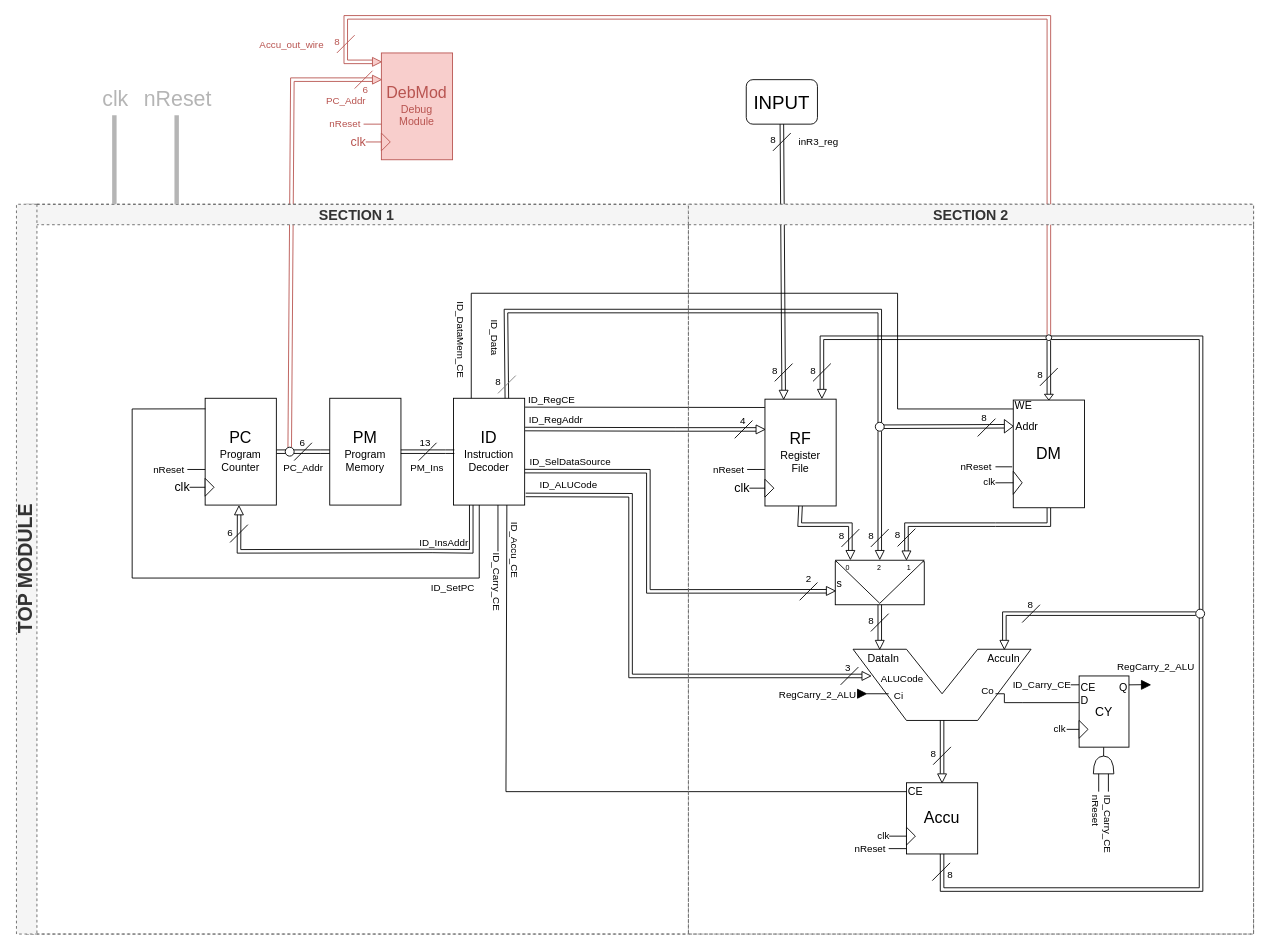
The draw.io diagram Diagram/uP_Diagram.drawio in DrakeGrigory/uProcessor, before the edit. Source tidied: cells renumbered, new cells numbered last; positions are measured from the earlier drawing's top-left corner, leaving out a move shared by most shapes. Both pictures are drawn from the tidied source at 89%, with x=0, y=0 at pixel (16, 17).
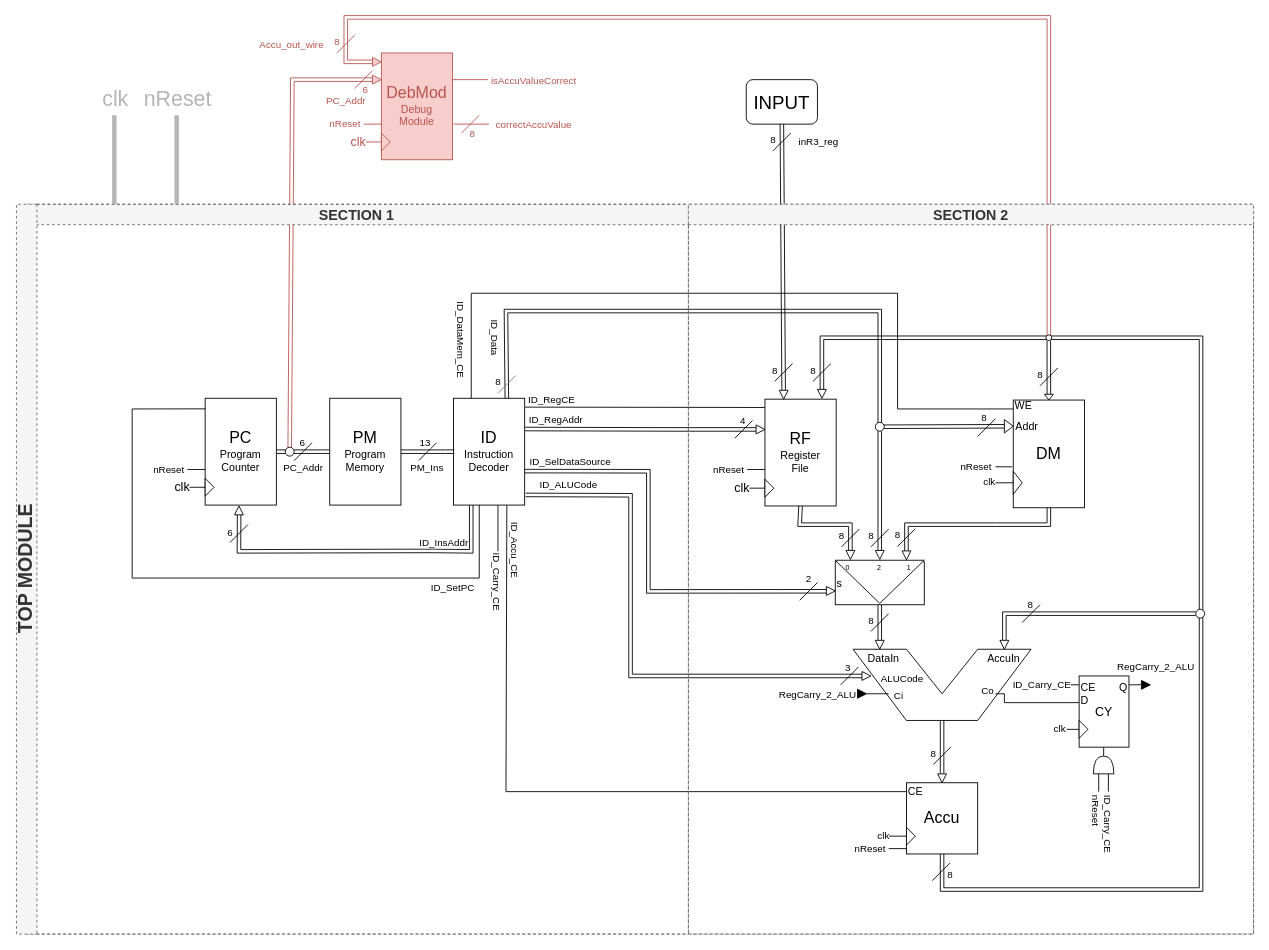
The same page after the edit.

Unchanged cells that the change refers to:
```xml
<mxCell id="167" value="&lt;font color=&quot;#b85450&quot; style=&quot;&quot;&gt;&lt;span style=&quot;font-size: 18px;&quot;&gt;DebMod&lt;/span&gt;&lt;br&gt;&lt;font style=&quot;font-size: 12px;&quot;&gt;Debug&lt;br&gt;Module&lt;/font&gt;&lt;/font&gt;" style="rounded=0;whiteSpace=wrap;html=1;rotation=0;fillColor=#f8cecc;strokeColor=#b85450;" parent="166" vertex="1">
  <mxGeometry x="20" width="80" height="120" as="geometry" />
</mxCell>
```

Change to the diagram source:
```diff
@@
+    <mxCell id="197" style="endArrow=none;html=1;rounded=0;exitX=1;exitY=0.25;exitDx=0;exitDy=0;fillColor=#f8cecc;strokeColor=#b85450;" parent="1" edge="1" source="167">
+      <mxGeometry relative="1" as="geometry">
+        <mxPoint x="530" y="70" as="targetPoint" />
+      </mxGeometry>
+    </mxCell>
+    <mxCell id="198" value="&lt;font color=&quot;#b85450&quot;&gt;isAccuValueCorrect&lt;/font&gt;" style="edgeLabel;html=1;align=center;verticalAlign=middle;" parent="197" vertex="1">
+      <mxGeometry x="0.64" relative="1" as="geometry">
+        <mxPoint x="57" as="offset" />
+      </mxGeometry>
+    </mxCell>
+    <mxCell id="199" style="endArrow=none;html=1;rounded=0;exitX=1;exitY=0.25;exitDx=0;exitDy=0;fillColor=#f8cecc;strokeColor=#B85450;" parent="1" edge="1">
+      <mxGeometry relative="1" as="geometry">
+        <mxPoint x="491" y="120" as="sourcePoint" />
+        <mxPoint x="531" y="120" as="targetPoint" />
+      </mxGeometry>
+    </mxCell>
+    <mxCell id="200" value="&lt;font color=&quot;#b85450&quot;&gt;correctAccuValue&lt;/font&gt;" style="edgeLabel;html=1;align=center;verticalAlign=middle;" parent="199" vertex="1">
+      <mxGeometry x="0.73" y="-1" relative="1" as="geometry">
+        <mxPoint x="54" y="-1" as="offset" />
+      </mxGeometry>
+    </mxCell>
+    <mxCell id="201" style="endArrow=none;html=1;rounded=0;fillColor=#f8cecc;strokeColor=#B85450;" parent="1" edge="1">
+      <mxGeometry relative="1" as="geometry">
+        <mxPoint x="500" y="130" as="sourcePoint" />
+        <mxPoint x="520" y="110" as="targetPoint" />
+      </mxGeometry>
+    </mxCell>
+    <mxCell id="202" value="&lt;font color=&quot;#b85450&quot;&gt;8&lt;/font&gt;" style="edgeLabel;html=1;align=center;verticalAlign=middle;rotation=0;" parent="201" vertex="1">
+      <mxGeometry x="0.7" relative="1" as="geometry">
+        <mxPoint x="-5" y="17" as="offset" />
+      </mxGeometry>
+    </mxCell>
```
